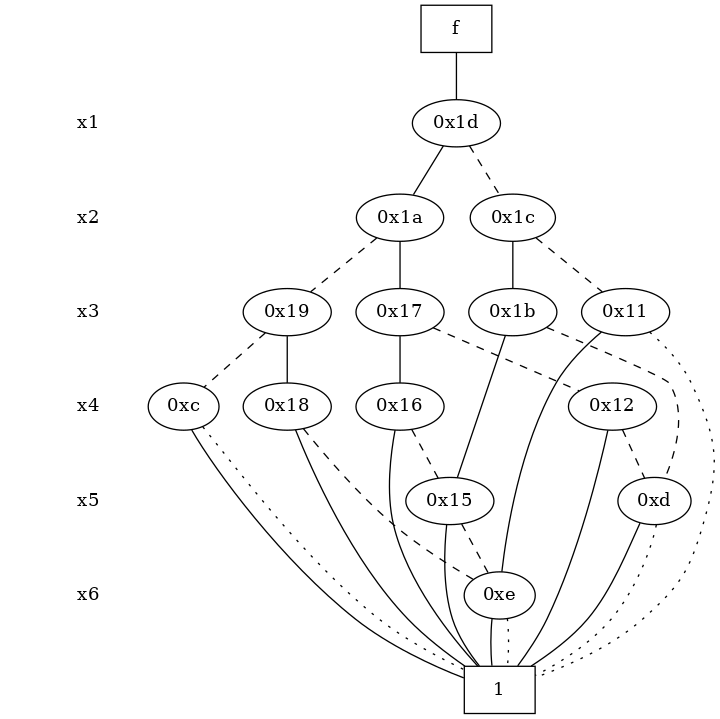
The Graphviz diagram expretest/original_bdd.png in loipsheng/cudd-3.0.0.1, before a commit. Its source is kept beside it as expretest/original_bdd.dot.
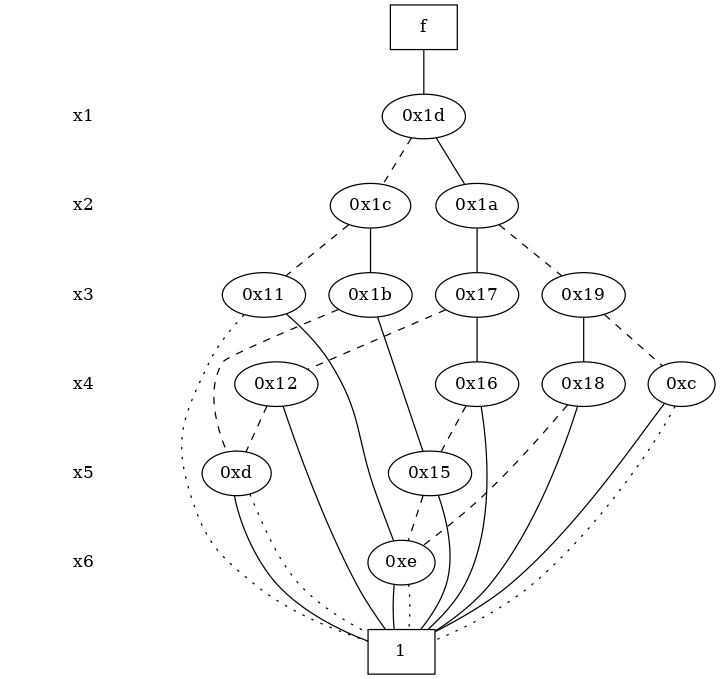
After the change.

The edit, as a diff of the source:
```diff
@@ -13,24 +13,24 @@
 "0x1d";
 }
 { rank = same; " x2 ";
+"0x1c";
 "0x1a";
-"0x1c";
 }
 { rank = same; " x3 ";
+"0x1b";
+"0x11";
 "0x19";
 "0x17";
-"0x1b";
-"0x11";
 }
 { rank = same; " x4 ";
-"0xc";
 "0x12";
 "0x18";
 "0x16";
+"0xc";
 }
 { rank = same; " x5 ";
+"0x15";
 "0xd";
-"0x15";
 }
 { rank = same; " x6 ";
 "0xe";
@@ -42,30 +42,30 @@
 "  f  " -> "0x1d" [style = solid];
 "0x1d" -> "0x1a";
 "0x1d" -> "0x1c" [style = dashed];
+"0x1c" -> "0x1b";
+"0x1c" -> "0x11" [style = dashed];
 "0x1a" -> "0x17";
 "0x1a" -> "0x19" [style = dashed];
-"0x1c" -> "0x1b";
-"0x1c" -> "0x11" [style = dashed];
+"0x1b" -> "0x15";
+"0x1b" -> "0xd" [style = dashed];
+"0x11" -> "0xe";
+"0x11" -> "0x5" [style = dotted];
 "0x19" -> "0x18";
 "0x19" -> "0xc" [style = dashed];
 "0x17" -> "0x16";
 "0x17" -> "0x12" [style = dashed];
-"0x1b" -> "0x15";
-"0x1b" -> "0xd" [style = dashed];
-"0x11" -> "0xe";
-"0x11" -> "0x5" [style = dotted];
-"0xc" -> "0x5";
-"0xc" -> "0x5" [style = dotted];
 "0x12" -> "0x5";
 "0x12" -> "0xd" [style = dashed];
 "0x18" -> "0x5";
 "0x18" -> "0xe" [style = dashed];
 "0x16" -> "0x5";
 "0x16" -> "0x15" [style = dashed];
+"0xc" -> "0x5";
+"0xc" -> "0x5" [style = dotted];
+"0x15" -> "0x5";
+"0x15" -> "0xe" [style = dashed];
 "0xd" -> "0x5";
 "0xd" -> "0x5" [style = dotted];
-"0x15" -> "0x5";
-"0x15" -> "0xe" [style = dashed];
 "0xe" -> "0x5";
 "0xe" -> "0x5" [style = dotted];
 "0x5" [label = "1"];
```
